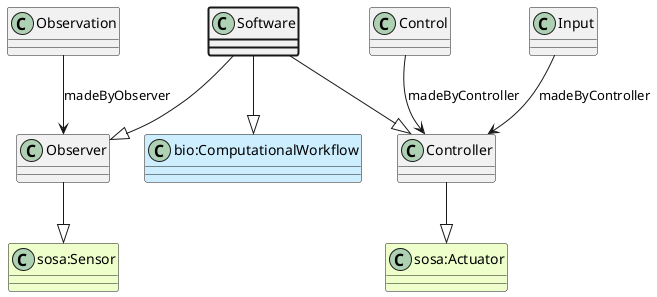
This is ttl_uml/ttl_appn_Software.png from aus-plant-phenomics-network/appn-schema, a PlantUML export, as it was before one commit.
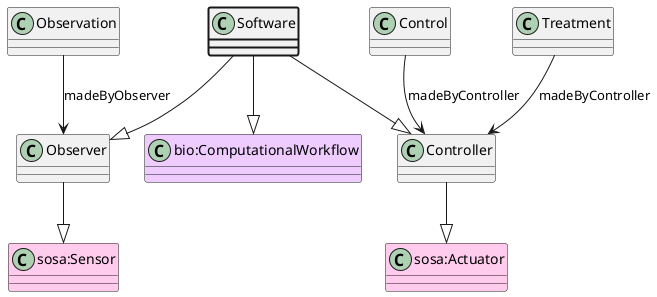
Above is the later version.

What changed in the source:
```diff
@@ -1,19 +1,19 @@
 @startuml
 class Software  #line.bold
-class "bio:ComputationalWorkflow" #CCEEFF
+class "bio:ComputationalWorkflow" #EECCFF
 Software --|> "bio:ComputationalWorkflow"
 class Observer
-class "sosa:Sensor" #EEFFCC
+class "sosa:Sensor" #FFCCEE
 Observer --|> "sosa:Sensor"
 Software --|> Observer
 class Controller
-class "sosa:Actuator" #EEFFCC
+class "sosa:Actuator" #FFCCEE
 Controller --|> "sosa:Actuator"
 Software --|> Controller
 class Observation
 Observation --> Observer : madeByObserver
 class Control
 Control --> Controller : madeByController
-class Input
-Input --> Controller : madeByController
+class Treatment
+Treatment --> Controller : madeByController
 @enduml
```
